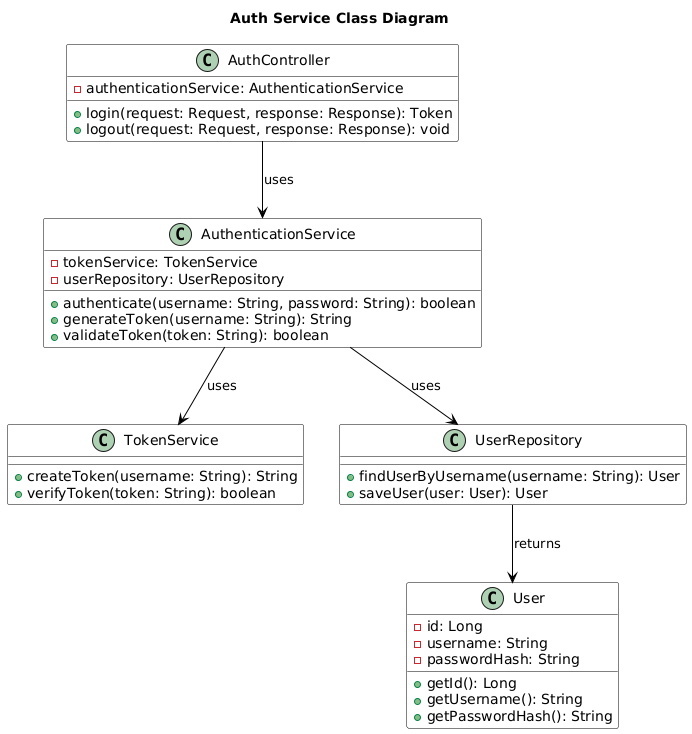
The PlantUML diagram diagrams/c4/level-4/auth-service/auth-service-class.png in Nox-iv/group-11, before a commit. The source it was exported from:
```plantuml
@startuml
skinparam class {
  BackgroundColor #FFFFFF
  ArrowColor #000000
  BorderColor #000000
}

title Auth Service Class Diagram

class AuthController {
    -authenticationService: AuthenticationService
    +login(request: Request, response: Response): Token
    +logout(request: Request, response: Response): void
}

class AuthenticationService {
    -tokenService: TokenService
    -userRepository: UserRepository
    +authenticate(username: String, password: String): boolean
    +generateToken(username: String): String
    +validateToken(token: String): boolean
}

class TokenService {
    +createToken(username: String): String
    +verifyToken(token: String): boolean
}

class UserRepository {
    +findUserByUsername(username: String): User
    +saveUser(user: User): User
}

class User {
    -id: Long
    -username: String
    -passwordHash: String
    +getId(): Long
    +getUsername(): String
    +getPasswordHash(): String
}

AuthController --> AuthenticationService : uses
AuthenticationService --> TokenService : uses
AuthenticationService --> UserRepository : uses
UserRepository --> User : returns
@enduml
```
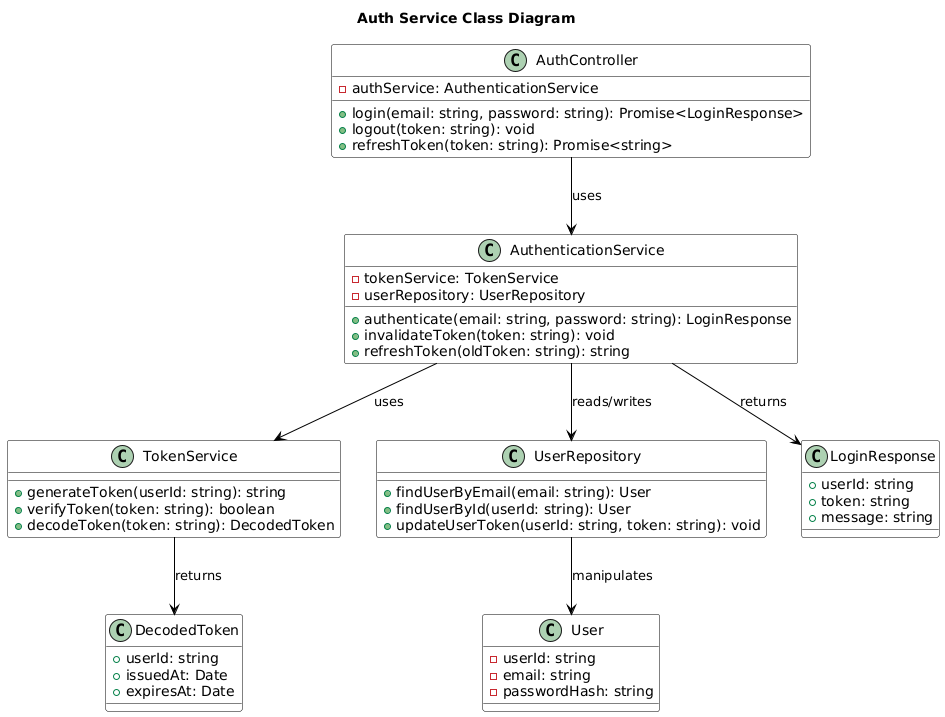
After the change.

Commit message:
auth service class diagrams

What changed in the source:
```diff
@@ -8,40 +8,54 @@
 title Auth Service Class Diagram
 
 class AuthController {
-    -authenticationService: AuthenticationService
-    +login(request: Request, response: Response): Token
-    +logout(request: Request, response: Response): void
+    -authService: AuthenticationService
+    +login(email: string, password: string): Promise<LoginResponse>
+    +logout(token: string): void
+    +refreshToken(token: string): Promise<string>
 }
 
 class AuthenticationService {
     -tokenService: TokenService
     -userRepository: UserRepository
-    +authenticate(username: String, password: String): boolean
-    +generateToken(username: String): String
-    +validateToken(token: String): boolean
+    +authenticate(email: string, password: string): LoginResponse
+    +invalidateToken(token: string): void
+    +refreshToken(oldToken: string): string
 }
 
 class TokenService {
-    +createToken(username: String): String
-    +verifyToken(token: String): boolean
+    +generateToken(userId: string): string
+    +verifyToken(token: string): boolean
+    +decodeToken(token: string): DecodedToken
 }
 
 class UserRepository {
-    +findUserByUsername(username: String): User
-    +saveUser(user: User): User
+    +findUserByEmail(email: string): User
+    +findUserById(userId: string): User
+    +updateUserToken(userId: string, token: string): void
 }
 
 class User {
-    -id: Long
-    -username: String
-    -passwordHash: String
-    +getId(): Long
-    +getUsername(): String
-    +getPasswordHash(): String
+    -userId: string
+    -email: string
+    -passwordHash: string
+}
+
+class LoginResponse {
+    +userId: string
+    +token: string
+    +message: string
+}
+
+class DecodedToken {
+    +userId: string
+    +issuedAt: Date
+    +expiresAt: Date
 }
 
 AuthController --> AuthenticationService : uses
 AuthenticationService --> TokenService : uses
-AuthenticationService --> UserRepository : uses
-UserRepository --> User : returns
+AuthenticationService --> UserRepository : reads/writes
+UserRepository --> User : manipulates
+TokenService --> DecodedToken : returns
+AuthenticationService --> LoginResponse : returns
 @enduml
```
